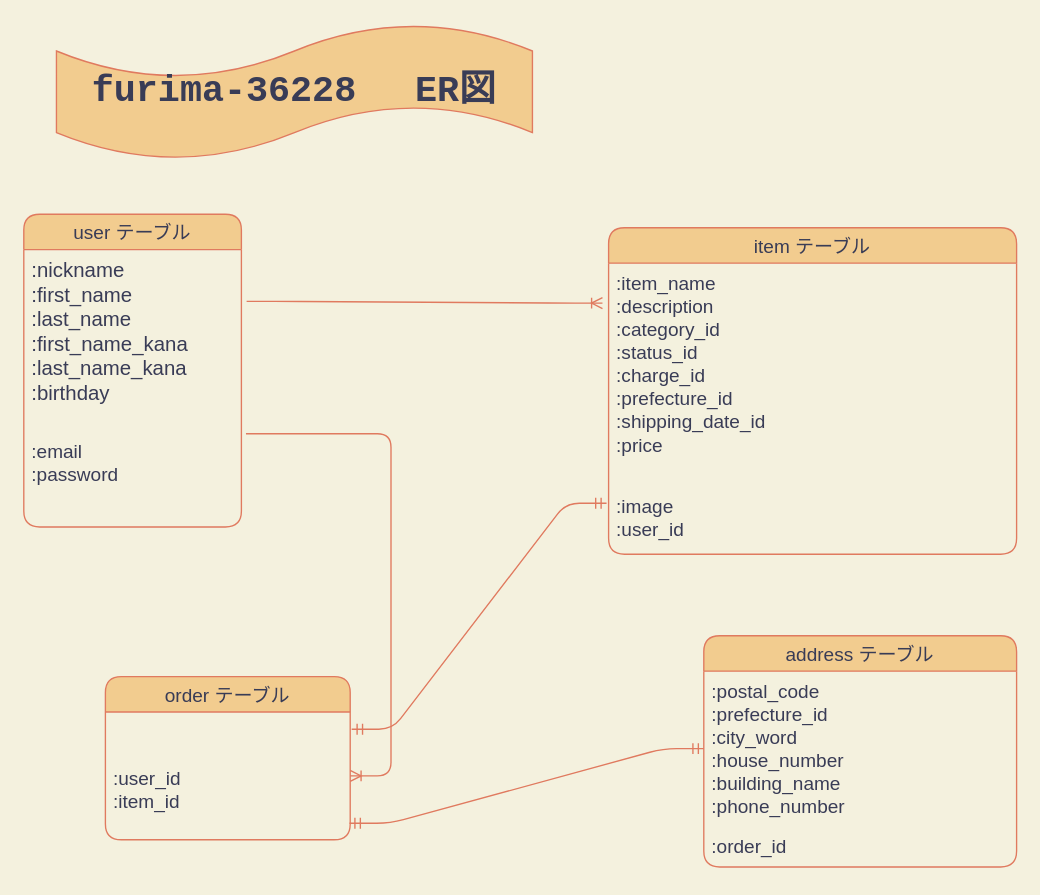
Before: taiki.dio in rubytaiki/furima-36228, a draw.io diagram. Source tidied: cells renumbered, new cells numbered last; positions are measured from the earlier drawing's top-left corner, leaving out a move shared by most shapes. Both pictures are drawn from the tidied source at 136%, with x=0, y=0 at pixel (23, 23).
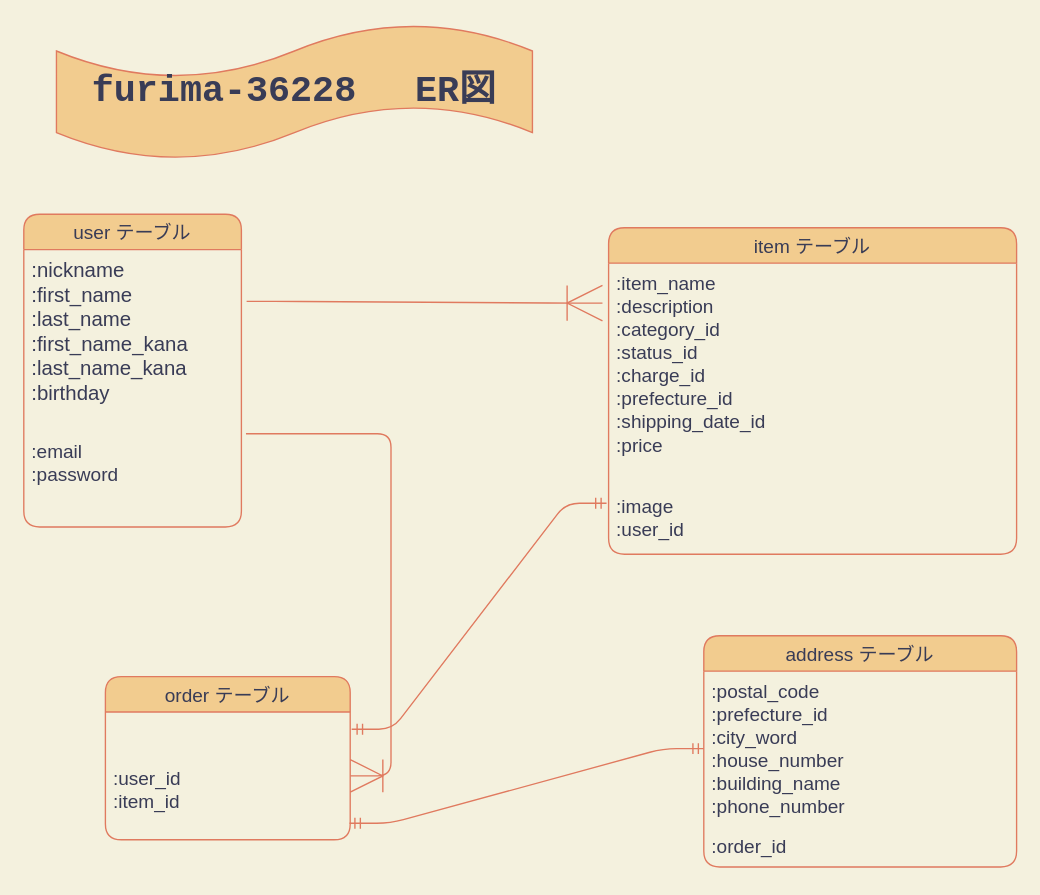
The same page after the edit.

The edit, as a diff of the source:
```diff
@@
 <mxGraphModel background="#F4F1DE">
   <root>
     <mxCell id="0" />
     <mxCell id="1" parent="0" />
     <mxCell id="2" value="user テーブル" style="swimlane;fontStyle=0;horizontal=1;startSize=26;align=center;fontSize=14;rounded=1;fillColor=#F2CC8F;strokeColor=#E07A5F;fontColor=#393C56;" parent="1" vertex="1">
       <mxGeometry y="140" width="160" height="230" as="geometry" />
     </mxCell>
     <mxCell id="3" value=":nickname&#10;:first_name&#10;:last_name&#10;:first_name_kana&#10;:last_name_kana&#10;:birthday" style="text;strokeColor=none;fillColor=none;spacingLeft=4;spacingRight=4;overflow=hidden;points=[[0,0.5],[1,0.5]];portConstraint=eastwest;fontSize=15;fontColor=#393C56;" parent="2" vertex="1">
       <mxGeometry y="26" width="160" height="204" as="geometry" />
     </mxCell>
     <mxCell id="4" value="item テーブル" style="swimlane;fontStyle=0;horizontal=1;startSize=26;align=center;fontSize=14;rounded=1;fillColor=#F2CC8F;strokeColor=#E07A5F;fontColor=#393C56;" parent="1" vertex="1">
       <mxGeometry x="430" y="150" width="300" height="240" as="geometry" />
     </mxCell>
     <mxCell id="5" value=":item_name&#10;:description&#10;:category_id&#10;:status_id&#10;:charge_id&#10;:prefecture_id&#10;:shipping_date_id&#10;:price&#10;&#10;" style="text;strokeColor=none;fillColor=none;spacingLeft=4;spacingRight=4;overflow=hidden;points=[[0,0.5],[1,0.5]];portConstraint=eastwest;fontSize=14;fontColor=#393C56;" parent="4" vertex="1">
       <mxGeometry y="26" width="300" height="164" as="geometry" />
     </mxCell>
     <mxCell id="6" value=":image&#10;:user_id" style="text;strokeColor=none;fillColor=none;spacingLeft=4;spacingRight=4;overflow=hidden;points=[[0,0.5],[1,0.5]];portConstraint=eastwest;fontSize=14;fontColor=#393C56;" parent="4" vertex="1">
       <mxGeometry y="190" width="300" height="50" as="geometry" />
     </mxCell>
     <mxCell id="7" value="order テーブル" style="swimlane;fontStyle=0;horizontal=1;startSize=26;align=center;fontSize=14;rounded=1;fillColor=#F2CC8F;strokeColor=#E07A5F;fontColor=#393C56;" parent="1" vertex="1">
       <mxGeometry x="60" y="480" width="180" height="120" as="geometry" />
     </mxCell>
     <mxCell id="8" value="&#10;&#10;:user_id&#10;:item_id" style="text;strokeColor=none;fillColor=none;spacingLeft=4;spacingRight=4;overflow=hidden;points=[[0,0.5],[1,0.5]];portConstraint=eastwest;fontSize=14;fontColor=#393C56;" parent="7" vertex="1">
       <mxGeometry y="26" width="180" height="94" as="geometry" />
     </mxCell>
     <mxCell id="9" value="address テーブル" style="swimlane;fontStyle=0;horizontal=1;startSize=26;align=center;fontSize=14;rounded=1;fillColor=#F2CC8F;strokeColor=#E07A5F;fontColor=#393C56;" parent="1" vertex="1">
       <mxGeometry x="500" y="450" width="230" height="170" as="geometry" />
     </mxCell>
     <mxCell id="10" value=":postal_code&#10;:prefecture_id&#10;:city_word&#10;:house_number&#10;:building_name&#10;:phone_number&#10;" style="text;strokeColor=none;fillColor=none;spacingLeft=4;spacingRight=4;overflow=hidden;points=[[0,0.5],[1,0.5]];portConstraint=eastwest;fontSize=14;fontColor=#393C56;" parent="9" vertex="1">
       <mxGeometry y="26" width="230" height="114" as="geometry" />
     </mxCell>
     <mxCell id="11" value=":order_id&#10;" style="text;strokeColor=none;fillColor=none;spacingLeft=4;spacingRight=4;overflow=hidden;fontSize=14;fontColor=#393C56;" parent="9" vertex="1">
       <mxGeometry y="140" width="230" height="30" as="geometry" />
     </mxCell>
     <mxCell id="12" value="&lt;h3&gt;&lt;font style=&quot;font-size: 27px&quot; face=&quot;Courier New&quot;&gt;furima-36228 　ER図&lt;/font&gt;&lt;/h3&gt;" style="shape=tape;whiteSpace=wrap;html=1;rounded=1;fillColor=#F2CC8F;strokeColor=#E07A5F;fontColor=#393C56;" parent="1" vertex="1">
       <mxGeometry x="24" width="350" height="100" as="geometry" />
     </mxCell>
     <mxCell id="13" value=":email&#10;:password&#10;" style="text;strokeColor=none;fillColor=none;spacingLeft=4;spacingRight=4;overflow=hidden;fontSize=14;fontColor=#393C56;" parent="1" vertex="1">
       <mxGeometry y="300" width="160" height="60" as="geometry" />
     </mxCell>
-    <mxCell id="14" style="edgeStyle=entityRelationEdgeStyle;fontSize=12;html=1;endArrow=ERoneToMany;fontColor=#393C56;strokeColor=#E07A5F;fillColor=#F2CC8F;exitX=1.024;exitY=0.187;exitDx=0;exitDy=0;exitPerimeter=0;entryX=-0.015;entryY=0.179;entryDx=0;entryDy=0;entryPerimeter=0;" parent="1" edge="1" source="3" target="5">
+    <mxCell id="14" style="edgeStyle=entityRelationEdgeStyle;fontSize=12;html=1;endArrow=ERoneToMany;fontColor=#393C56;strokeColor=#E07A5F;fillColor=#F2CC8F;exitX=1.024;exitY=0.187;exitDx=0;exitDy=0;exitPerimeter=0;entryX=-0.015;entryY=0.179;entryDx=0;entryDy=0;entryPerimeter=0;endSize=24;" parent="1" edge="1" source="3" target="5">
       <mxGeometry relative="1" as="geometry" />
     </mxCell>
-    <mxCell id="15" style="edgeStyle=entityRelationEdgeStyle;fontSize=12;html=1;endArrow=ERoneToMany;fontColor=#393C56;strokeColor=#E07A5F;fillColor=#F2CC8F;exitX=1.021;exitY=0.664;exitDx=0;exitDy=0;exitPerimeter=0;" parent="1" edge="1" source="3" target="8">
+    <mxCell id="15" style="edgeStyle=entityRelationEdgeStyle;fontSize=12;html=1;endArrow=ERoneToMany;fontColor=#393C56;strokeColor=#E07A5F;fillColor=#F2CC8F;exitX=1.021;exitY=0.664;exitDx=0;exitDy=0;exitPerimeter=0;endSize=22;" parent="1" edge="1" source="3" target="8">
       <mxGeometry relative="1" as="geometry" />
     </mxCell>
     <mxCell id="16" style="edgeStyle=entityRelationEdgeStyle;fontSize=12;html=1;endArrow=ERmandOne;startArrow=ERmandOne;fontColor=#393C56;strokeColor=#E07A5F;fillColor=#F2CC8F;entryX=0;entryY=0.5;entryDx=0;entryDy=0;exitX=0.997;exitY=0.871;exitDx=0;exitDy=0;exitPerimeter=0;" parent="1" edge="1" source="8" target="10">
       <mxGeometry relative="1" as="geometry" />
     </mxCell>
     <mxCell id="17" style="edgeStyle=entityRelationEdgeStyle;fontSize=12;html=1;endArrow=ERmandOne;startArrow=ERmandOne;fontColor=#393C56;strokeColor=#E07A5F;fillColor=#F2CC8F;entryX=-0.005;entryY=0.251;entryDx=0;entryDy=0;entryPerimeter=0;exitX=1.006;exitY=0.135;exitDx=0;exitDy=0;exitPerimeter=0;" parent="1" edge="1" source="8" target="6">
       <mxGeometry relative="1" as="geometry" />
     </mxCell>
   </root>
 </mxGraphModel>
```
